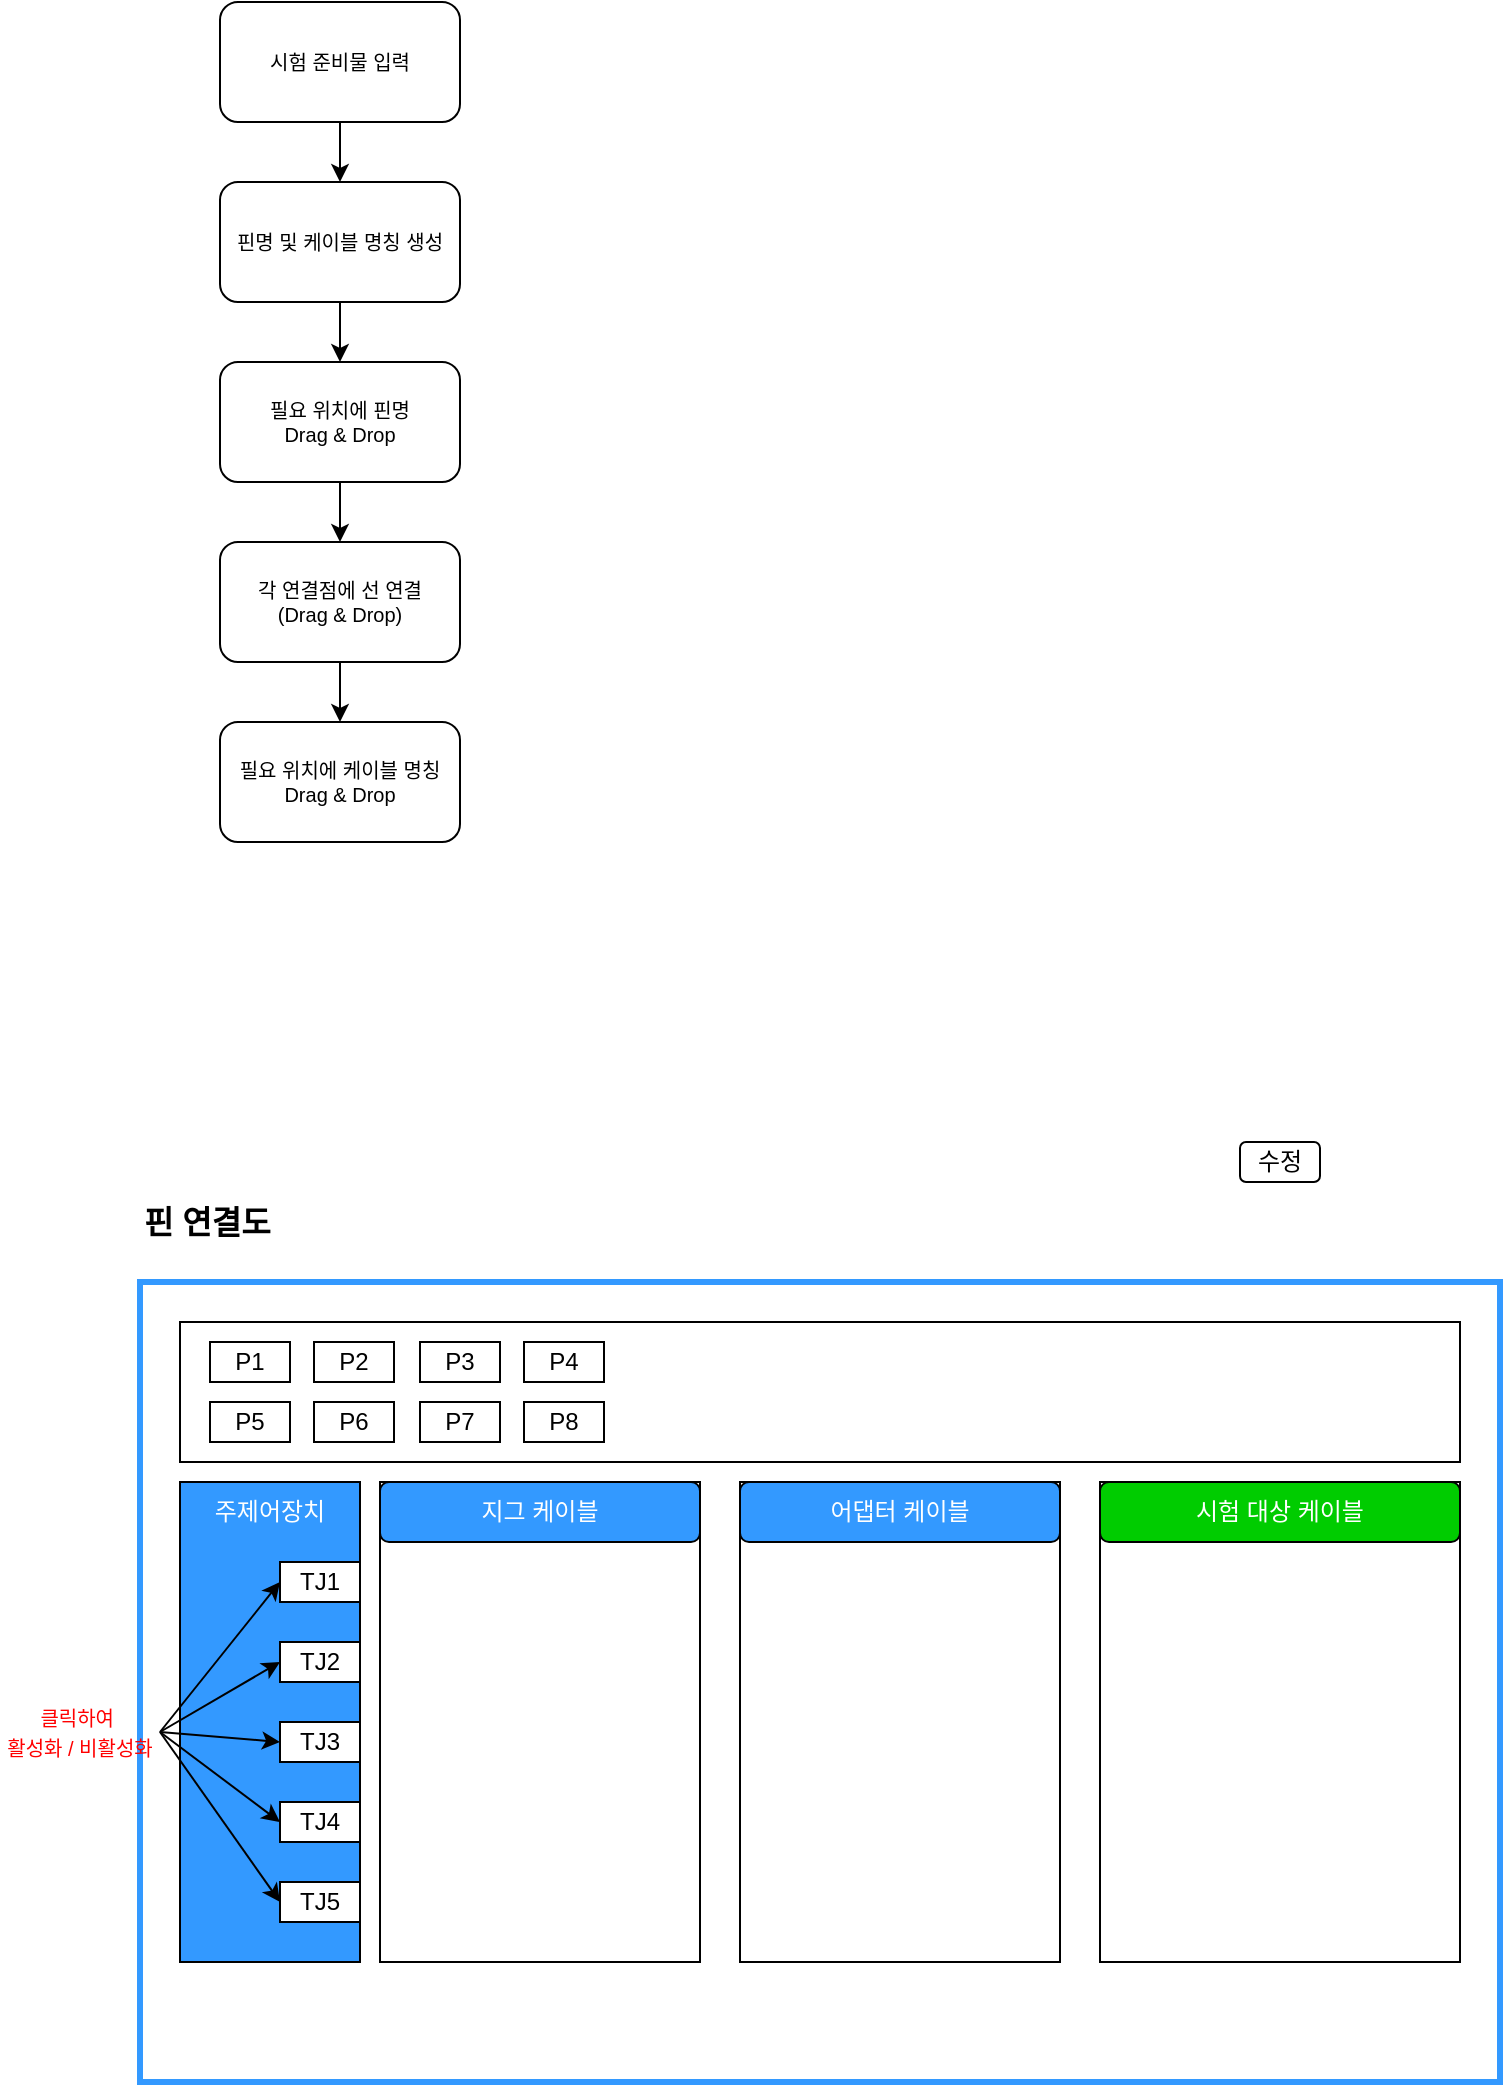
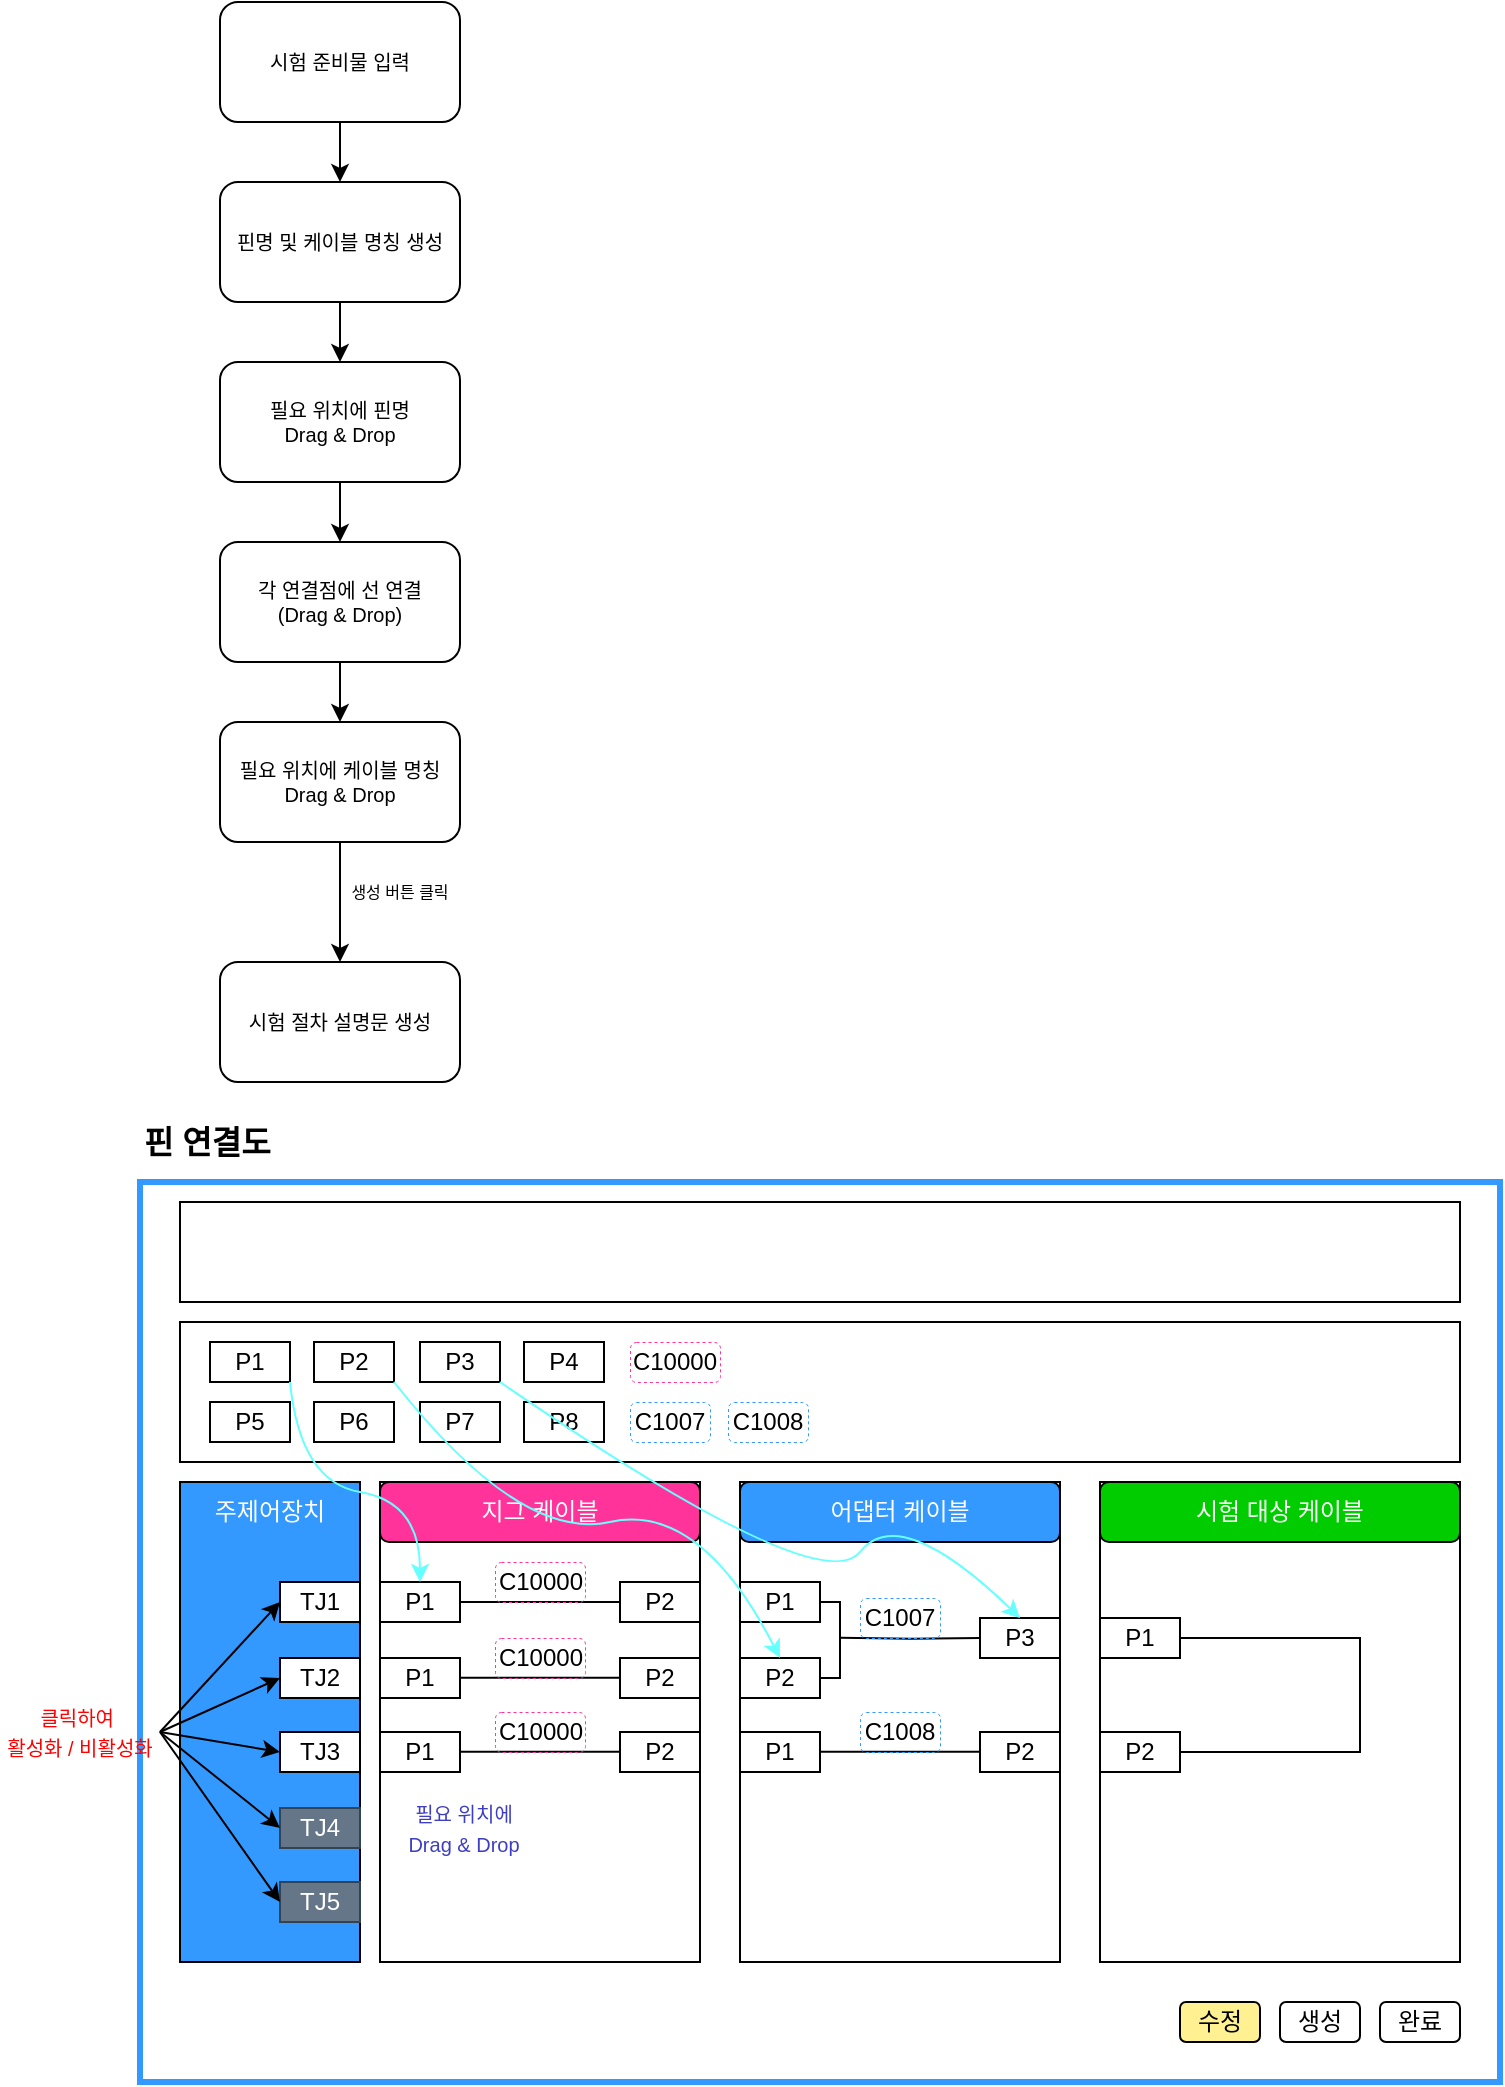
<mxfile host="app.diagrams.net">
  <diagram name="페이지-1" id="UxWbZ_BPkf-oguWBpRFv">
-     <mxGraphModel dx="1047" dy="550" grid="1" gridSize="10" guides="1" tooltips="1" connect="1" arrows="1" fold="1" page="1" pageScale="1" pageWidth="827" pageHeight="1169" math="0" shadow="0">
+     <mxGraphModel dx="1230" dy="646" grid="1" gridSize="10" guides="1" tooltips="1" connect="1" arrows="1" fold="1" page="1" pageScale="1" pageWidth="827" pageHeight="1169" math="0" shadow="0">
      <root>
        <mxCell id="0" />
        <mxCell id="1" parent="0" />
        <mxCell id="T5Jo-hEF-b0Sb9yn7Qss-1" parent="1" style="rounded=0;whiteSpace=wrap;html=1;strokeColor=#3399FF;strokeWidth=3;glass=0;shadow=0;" value="" vertex="1">
-           <mxGeometry height="400" width="680" x="80" y="680" as="geometry" />
+           <mxGeometry height="450" width="680" x="80" y="630" as="geometry" />
        </mxCell>
        <mxCell id="T5Jo-hEF-b0Sb9yn7Qss-2" parent="1" style="text;html=1;whiteSpace=wrap;strokeColor=none;fillColor=none;align=left;verticalAlign=middle;rounded=0;fontStyle=1;fontSize=16;" value="핀 연결도" vertex="1">
-           <mxGeometry height="20" width="80" x="80" y="640" as="geometry" />
-         </mxCell>
-         <mxCell id="T5Jo-hEF-b0Sb9yn7Qss-4" parent="1" style="rounded=1;whiteSpace=wrap;html=1;" value="수정" vertex="1">
-           <mxGeometry height="20" width="40" x="630" y="610" as="geometry" />
+           <mxGeometry height="20" width="80" x="80" y="600" as="geometry" />
+         </mxCell>
+         <mxCell id="T5Jo-hEF-b0Sb9yn7Qss-4" parent="1" style="rounded=1;whiteSpace=wrap;html=1;fillColor=#FFF091;" value="수정" vertex="1">
+           <mxGeometry height="20" width="40" x="600" y="1040" as="geometry" />
        </mxCell>
        <mxCell id="T5Jo-hEF-b0Sb9yn7Qss-5" parent="1" style="rounded=0;whiteSpace=wrap;html=1;fillColor=#3399FF;strokeColor=default;" value="" vertex="1">
          <mxGeometry height="240" width="90" x="100" y="780" as="geometry" />
        </mxCell>
        <mxCell id="T5Jo-hEF-b0Sb9yn7Qss-6" parent="1" style="rounded=0;whiteSpace=wrap;html=1;" value="TJ1" vertex="1">
-           <mxGeometry height="20" width="40" x="150" y="820" as="geometry" />
-         </mxCell>
-         <mxCell id="T5Jo-hEF-b0Sb9yn7Qss-7" parent="1" style="rounded=0;whiteSpace=wrap;html=1;" value="TJ4" vertex="1">
-           <mxGeometry height="20" width="40" x="150" y="940" as="geometry" />
+           <mxGeometry height="20" width="40" x="150" y="830" as="geometry" />
+         </mxCell>
+         <mxCell id="T5Jo-hEF-b0Sb9yn7Qss-7" parent="1" style="rounded=0;whiteSpace=wrap;html=1;fillColor=#647687;fontColor=#ffffff;strokeColor=#314354;" value="TJ4" vertex="1">
+           <mxGeometry height="20" width="40" x="150" y="943" as="geometry" />
        </mxCell>
        <mxCell id="T5Jo-hEF-b0Sb9yn7Qss-8" parent="1" style="rounded=0;whiteSpace=wrap;html=1;" value="TJ2" vertex="1">
-           <mxGeometry height="20" width="40" x="150" y="860" as="geometry" />
+           <mxGeometry height="20" width="40" x="150" y="868" as="geometry" />
        </mxCell>
        <mxCell id="T5Jo-hEF-b0Sb9yn7Qss-9" parent="1" style="rounded=0;whiteSpace=wrap;html=1;" value="TJ3" vertex="1">
-           <mxGeometry height="20" width="40" x="150" y="900" as="geometry" />
-         </mxCell>
-         <mxCell id="T5Jo-hEF-b0Sb9yn7Qss-11" parent="1" style="rounded=0;whiteSpace=wrap;html=1;" value="TJ5" vertex="1">
+           <mxGeometry height="20" width="40" x="150" y="905" as="geometry" />
+         </mxCell>
+         <mxCell id="T5Jo-hEF-b0Sb9yn7Qss-11" parent="1" style="rounded=0;whiteSpace=wrap;html=1;fillColor=#647687;fontColor=#ffffff;strokeColor=#314354;" value="TJ5" vertex="1">
          <mxGeometry height="20" width="40" x="150" y="980" as="geometry" />
        </mxCell>
        <mxCell id="T5Jo-hEF-b0Sb9yn7Qss-12" parent="1" style="text;html=1;whiteSpace=wrap;strokeColor=none;fillColor=none;align=center;verticalAlign=middle;rounded=0;fontColor=#FF0000;" value="&lt;font style=&quot;font-size: 10px;&quot;&gt;클릭하여&amp;nbsp;&lt;/font&gt;&lt;div&gt;&lt;font style=&quot;font-size: 10px;&quot;&gt;활성화 / 비활성화&lt;/font&gt;&lt;/div&gt;" vertex="1">
          <mxGeometry height="30" width="80" x="10" y="890" as="geometry" />
        </mxCell>
        <mxCell id="T5Jo-hEF-b0Sb9yn7Qss-14" edge="1" parent="1" source="T5Jo-hEF-b0Sb9yn7Qss-12" style="endArrow=classic;html=1;rounded=0;entryX=0;entryY=0.5;entryDx=0;entryDy=0;exitX=1;exitY=0.5;exitDx=0;exitDy=0;" target="T5Jo-hEF-b0Sb9yn7Qss-6" value="">
          <mxGeometry height="50" relative="1" width="50" as="geometry">
            <mxPoint x="350" y="970" as="sourcePoint" />
            <mxPoint x="400" y="920" as="targetPoint" />
          </mxGeometry>
        </mxCell>
        <mxCell id="T5Jo-hEF-b0Sb9yn7Qss-15" edge="1" parent="1" source="T5Jo-hEF-b0Sb9yn7Qss-12" style="endArrow=classic;html=1;rounded=0;entryX=0;entryY=0.5;entryDx=0;entryDy=0;exitX=1;exitY=0.5;exitDx=0;exitDy=0;" target="T5Jo-hEF-b0Sb9yn7Qss-8" value="">
          <mxGeometry height="50" relative="1" width="50" as="geometry">
            <mxPoint x="260" y="900" as="sourcePoint" />
            <mxPoint x="320" y="905" as="targetPoint" />
          </mxGeometry>
        </mxCell>
        <mxCell id="T5Jo-hEF-b0Sb9yn7Qss-16" edge="1" parent="1" source="T5Jo-hEF-b0Sb9yn7Qss-12" style="endArrow=classic;html=1;rounded=0;entryX=0;entryY=0.5;entryDx=0;entryDy=0;exitX=1;exitY=0.5;exitDx=0;exitDy=0;" target="T5Jo-hEF-b0Sb9yn7Qss-9" value="">
          <mxGeometry height="50" relative="1" width="50" as="geometry">
            <mxPoint x="330" y="850" as="sourcePoint" />
            <mxPoint x="390" y="855" as="targetPoint" />
          </mxGeometry>
        </mxCell>
        <mxCell id="T5Jo-hEF-b0Sb9yn7Qss-17" edge="1" parent="1" source="T5Jo-hEF-b0Sb9yn7Qss-12" style="endArrow=classic;html=1;rounded=0;entryX=0;entryY=0.5;entryDx=0;entryDy=0;exitX=1;exitY=0.5;exitDx=0;exitDy=0;" target="T5Jo-hEF-b0Sb9yn7Qss-7" value="">
          <mxGeometry height="50" relative="1" width="50" as="geometry">
            <mxPoint x="430" y="860" as="sourcePoint" />
            <mxPoint x="490" y="865" as="targetPoint" />
          </mxGeometry>
        </mxCell>
        <mxCell id="T5Jo-hEF-b0Sb9yn7Qss-18" edge="1" parent="1" source="T5Jo-hEF-b0Sb9yn7Qss-12" style="endArrow=classic;html=1;rounded=0;entryX=0;entryY=0.5;entryDx=0;entryDy=0;exitX=1;exitY=0.5;exitDx=0;exitDy=0;" target="T5Jo-hEF-b0Sb9yn7Qss-11" value="">
          <mxGeometry height="50" relative="1" width="50" as="geometry">
            <mxPoint x="390" y="840" as="sourcePoint" />
            <mxPoint x="450" y="845" as="targetPoint" />
          </mxGeometry>
        </mxCell>
        <mxCell id="T5Jo-hEF-b0Sb9yn7Qss-19" parent="1" style="text;html=1;whiteSpace=wrap;strokeColor=none;fillColor=none;align=center;verticalAlign=middle;rounded=0;" value="&lt;font style=&quot;color: rgb(255, 255, 255);&quot;&gt;주제어장치&lt;/font&gt;" vertex="1">
          <mxGeometry height="30" width="60" x="115" y="780" as="geometry" />
        </mxCell>
        <mxCell id="T5Jo-hEF-b0Sb9yn7Qss-23" edge="1" parent="1" source="T5Jo-hEF-b0Sb9yn7Qss-21" style="edgeStyle=orthogonalEdgeStyle;rounded=0;orthogonalLoop=1;jettySize=auto;html=1;" target="T5Jo-hEF-b0Sb9yn7Qss-22" value="">
          <mxGeometry relative="1" as="geometry" />
        </mxCell>
        <mxCell id="T5Jo-hEF-b0Sb9yn7Qss-21" parent="1" style="rounded=1;whiteSpace=wrap;html=1;fontSize=10;" value="시험 준비물 입력" vertex="1">
          <mxGeometry height="60" width="120" x="120" y="40" as="geometry" />
        </mxCell>
        <mxCell id="T5Jo-hEF-b0Sb9yn7Qss-26" edge="1" parent="1" source="T5Jo-hEF-b0Sb9yn7Qss-22" style="edgeStyle=orthogonalEdgeStyle;rounded=0;orthogonalLoop=1;jettySize=auto;html=1;" target="T5Jo-hEF-b0Sb9yn7Qss-25" value="">
          <mxGeometry relative="1" as="geometry" />
        </mxCell>
        <mxCell id="T5Jo-hEF-b0Sb9yn7Qss-22" parent="1" style="whiteSpace=wrap;html=1;rounded=1;fontSize=10;" value="핀명 및 케이블 명칭 생성" vertex="1">
          <mxGeometry height="60" width="120" x="120" y="130" as="geometry" />
        </mxCell>
        <mxCell id="T5Jo-hEF-b0Sb9yn7Qss-37" edge="1" parent="1" source="T5Jo-hEF-b0Sb9yn7Qss-25" style="edgeStyle=orthogonalEdgeStyle;rounded=0;orthogonalLoop=1;jettySize=auto;html=1;" target="T5Jo-hEF-b0Sb9yn7Qss-36" value="">
          <mxGeometry relative="1" as="geometry" />
        </mxCell>
        <mxCell id="T5Jo-hEF-b0Sb9yn7Qss-25" parent="1" style="whiteSpace=wrap;html=1;rounded=1;fontSize=10;" value="필요 위치에 핀명&lt;div&gt;Drag &amp;amp; Drop&lt;/div&gt;" vertex="1">
          <mxGeometry height="60" width="120" x="120" y="220" as="geometry" />
        </mxCell>
        <mxCell id="T5Jo-hEF-b0Sb9yn7Qss-27" parent="1" style="rounded=0;whiteSpace=wrap;html=1;" value="" vertex="1">
          <mxGeometry height="70" width="640" x="100" y="700" as="geometry" />
        </mxCell>
        <mxCell id="T5Jo-hEF-b0Sb9yn7Qss-28" parent="1" style="rounded=0;whiteSpace=wrap;html=1;" value="P1" vertex="1">
          <mxGeometry height="20" width="40" x="115" y="710" as="geometry" />
        </mxCell>
        <mxCell id="T5Jo-hEF-b0Sb9yn7Qss-29" parent="1" style="rounded=0;whiteSpace=wrap;html=1;" value="P2" vertex="1">
          <mxGeometry height="20" width="40" x="167" y="710" as="geometry" />
        </mxCell>
        <mxCell id="T5Jo-hEF-b0Sb9yn7Qss-30" parent="1" style="rounded=0;whiteSpace=wrap;html=1;" value="P4" vertex="1">
          <mxGeometry height="20" width="40" x="272" y="710" as="geometry" />
        </mxCell>
        <mxCell id="T5Jo-hEF-b0Sb9yn7Qss-31" parent="1" style="rounded=0;whiteSpace=wrap;html=1;" value="P3" vertex="1">
          <mxGeometry height="20" width="40" x="220" y="710" as="geometry" />
        </mxCell>
        <mxCell id="T5Jo-hEF-b0Sb9yn7Qss-32" parent="1" style="rounded=0;whiteSpace=wrap;html=1;" value="P5" vertex="1">
          <mxGeometry height="20" width="40" x="115" y="740" as="geometry" />
        </mxCell>
        <mxCell id="T5Jo-hEF-b0Sb9yn7Qss-33" parent="1" style="rounded=0;whiteSpace=wrap;html=1;" value="P6" vertex="1">
          <mxGeometry height="20" width="40" x="167" y="740" as="geometry" />
        </mxCell>
        <mxCell id="T5Jo-hEF-b0Sb9yn7Qss-34" parent="1" style="rounded=0;whiteSpace=wrap;html=1;" value="P7" vertex="1">
          <mxGeometry height="20" width="40" x="220" y="740" as="geometry" />
        </mxCell>
        <mxCell id="T5Jo-hEF-b0Sb9yn7Qss-35" parent="1" style="rounded=0;whiteSpace=wrap;html=1;" value="P8" vertex="1">
          <mxGeometry height="20" width="40" x="272" y="740" as="geometry" />
        </mxCell>
        <mxCell id="T5Jo-hEF-b0Sb9yn7Qss-39" edge="1" parent="1" source="T5Jo-hEF-b0Sb9yn7Qss-36" style="edgeStyle=orthogonalEdgeStyle;rounded=0;orthogonalLoop=1;jettySize=auto;html=1;" target="T5Jo-hEF-b0Sb9yn7Qss-38" value="">
          <mxGeometry relative="1" as="geometry" />
        </mxCell>
        <mxCell id="T5Jo-hEF-b0Sb9yn7Qss-36" parent="1" style="whiteSpace=wrap;html=1;fontSize=10;rounded=1;" value="각 연결점에 선 연결&lt;div&gt;(Drag &amp;amp; Drop)&lt;/div&gt;" vertex="1">
          <mxGeometry height="60" width="120" x="120" y="310" as="geometry" />
        </mxCell>
+         <mxCell id="T5Jo-hEF-b0Sb9yn7Qss-79" edge="1" parent="1" source="T5Jo-hEF-b0Sb9yn7Qss-38" style="edgeStyle=orthogonalEdgeStyle;rounded=0;orthogonalLoop=1;jettySize=auto;html=1;" target="T5Jo-hEF-b0Sb9yn7Qss-78" value="">
+           <mxGeometry relative="1" as="geometry" />
+         </mxCell>
        <mxCell id="T5Jo-hEF-b0Sb9yn7Qss-38" parent="1" style="whiteSpace=wrap;html=1;fontSize=10;rounded=1;" value="필요 위치에 케이블 명칭&lt;div&gt;Drag &amp;amp; Drop&lt;/div&gt;" vertex="1">
          <mxGeometry height="60" width="120" x="120" y="400" as="geometry" />
        </mxCell>
        <mxCell id="T5Jo-hEF-b0Sb9yn7Qss-41" parent="1" style="rounded=0;whiteSpace=wrap;html=1;" value="" vertex="1">
          <mxGeometry height="240" width="160" x="200" y="780" as="geometry" />
        </mxCell>
        <mxCell id="T5Jo-hEF-b0Sb9yn7Qss-43" parent="1" style="rounded=0;whiteSpace=wrap;html=1;" value="" vertex="1">
          <mxGeometry height="240" width="180" x="560" y="780" as="geometry" />
        </mxCell>
        <mxCell id="T5Jo-hEF-b0Sb9yn7Qss-46" parent="1" style="rounded=0;whiteSpace=wrap;html=1;" value="" vertex="1">
          <mxGeometry height="240" width="160" x="380" y="780" as="geometry" />
        </mxCell>
-         <mxCell id="T5Jo-hEF-b0Sb9yn7Qss-48" parent="1" style="rounded=1;whiteSpace=wrap;html=1;fillColor=light-dark(#3399ff, #ededed);fontColor=#FFFFFF;" value="지그 케이블" vertex="1">
+         <mxCell id="T5Jo-hEF-b0Sb9yn7Qss-48" parent="1" style="rounded=1;whiteSpace=wrap;html=1;fillColor=light-dark(#FF3399,#EDEDED);fontColor=#FFFFFF;" value="지그 케이블" vertex="1">
          <mxGeometry height="30" width="160" x="200" y="780" as="geometry" />
        </mxCell>
        <mxCell id="T5Jo-hEF-b0Sb9yn7Qss-49" parent="1" style="rounded=1;whiteSpace=wrap;html=1;fillColor=light-dark(#00CC00,#EDEDED);fontColor=#FFFFFF;" value="시험 대상 케이블" vertex="1">
          <mxGeometry height="30" width="180" x="560" y="780" as="geometry" />
        </mxCell>
        <mxCell id="T5Jo-hEF-b0Sb9yn7Qss-50" parent="1" style="rounded=1;whiteSpace=wrap;html=1;fillColor=light-dark(#3399ff, #ededed);fontColor=#FFFFFF;" value="어댑터 케이블" vertex="1">
          <mxGeometry height="30" width="160" x="380" y="780" as="geometry" />
+         </mxCell>
+         <mxCell id="T5Jo-hEF-b0Sb9yn7Qss-75" parent="1" style="text;html=1;whiteSpace=wrap;strokeColor=light-dark(#3399ff, #ededed);fillColor=none;align=center;verticalAlign=middle;rounded=1;dashed=1;strokeWidth=0.5;" value="C1007" vertex="1">
+           <mxGeometry height="20" width="40" x="325" y="740" as="geometry" />
+         </mxCell>
+         <mxCell id="T5Jo-hEF-b0Sb9yn7Qss-76" parent="1" style="text;html=1;whiteSpace=wrap;strokeColor=light-dark(#3399ff, #ededed);fillColor=none;align=center;verticalAlign=middle;rounded=1;dashed=1;strokeWidth=0.5;" value="C1008" vertex="1">
+           <mxGeometry height="20" width="40" x="374" y="740" as="geometry" />
+         </mxCell>
+         <mxCell id="T5Jo-hEF-b0Sb9yn7Qss-77" parent="1" style="text;html=1;whiteSpace=wrap;strokeColor=light-dark(#FF3399,#EDEDED);fillColor=none;align=center;verticalAlign=middle;rounded=1;dashed=1;strokeWidth=0.5;" value="C10000" vertex="1">
+           <mxGeometry height="20" width="45" x="325" y="710" as="geometry" />
+         </mxCell>
+         <mxCell id="T5Jo-hEF-b0Sb9yn7Qss-78" parent="1" style="whiteSpace=wrap;html=1;fontSize=10;rounded=1;" value="시험 절차 설명문 생성" vertex="1">
+           <mxGeometry height="60" width="120" x="120" y="520" as="geometry" />
+         </mxCell>
+         <mxCell id="T5Jo-hEF-b0Sb9yn7Qss-94" edge="1" parent="1" source="T5Jo-hEF-b0Sb9yn7Qss-80" style="edgeStyle=orthogonalEdgeStyle;rounded=0;orthogonalLoop=1;jettySize=auto;html=1;exitX=1;exitY=0.5;exitDx=0;exitDy=0;entryX=0;entryY=0.5;entryDx=0;entryDy=0;endArrow=none;endFill=0;" target="T5Jo-hEF-b0Sb9yn7Qss-86">
+           <mxGeometry relative="1" as="geometry" />
+         </mxCell>
+         <mxCell id="T5Jo-hEF-b0Sb9yn7Qss-80" parent="1" style="rounded=0;whiteSpace=wrap;html=1;" value="P1" vertex="1">
+           <mxGeometry height="20" width="40" x="200" y="830" as="geometry" />
+         </mxCell>
+         <mxCell id="T5Jo-hEF-b0Sb9yn7Qss-83" parent="1" style="rounded=0;whiteSpace=wrap;html=1;" value="P1" vertex="1">
+           <mxGeometry height="20" width="40" x="200" y="905" as="geometry" />
+         </mxCell>
+         <mxCell id="T5Jo-hEF-b0Sb9yn7Qss-85" parent="1" style="rounded=0;whiteSpace=wrap;html=1;" value="P1" vertex="1">
+           <mxGeometry height="20" width="40" x="200" y="868" as="geometry" />
+         </mxCell>
+         <mxCell id="T5Jo-hEF-b0Sb9yn7Qss-86" parent="1" style="rounded=0;whiteSpace=wrap;html=1;" value="P2" vertex="1">
+           <mxGeometry height="20" width="40" x="320" y="830" as="geometry" />
+         </mxCell>
+         <mxCell id="T5Jo-hEF-b0Sb9yn7Qss-87" parent="1" style="rounded=0;whiteSpace=wrap;html=1;" value="P2" vertex="1">
+           <mxGeometry height="20" width="40" x="320" y="905" as="geometry" />
+         </mxCell>
+         <mxCell id="T5Jo-hEF-b0Sb9yn7Qss-88" parent="1" style="rounded=0;whiteSpace=wrap;html=1;" value="P2" vertex="1">
+           <mxGeometry height="20" width="40" x="320" y="868" as="geometry" />
+         </mxCell>
+         <mxCell id="T5Jo-hEF-b0Sb9yn7Qss-89" edge="1" parent="1" source="T5Jo-hEF-b0Sb9yn7Qss-28" style="curved=1;endArrow=classic;html=1;rounded=0;exitX=1;exitY=1;exitDx=0;exitDy=0;entryX=0.5;entryY=0;entryDx=0;entryDy=0;fillColor=#fff2cc;strokeColor=#66FFFF;" target="T5Jo-hEF-b0Sb9yn7Qss-80" value="">
+           <mxGeometry height="50" relative="1" width="50" as="geometry">
+             <Array as="points">
+               <mxPoint x="160" y="780" />
+               <mxPoint x="220" y="790" />
+             </Array>
+             <mxPoint x="240" y="880" as="sourcePoint" />
+             <mxPoint x="290" y="830" as="targetPoint" />
+           </mxGeometry>
+         </mxCell>
+         <mxCell id="T5Jo-hEF-b0Sb9yn7Qss-90" parent="1" style="text;html=1;whiteSpace=wrap;strokeColor=none;fillColor=none;align=center;verticalAlign=middle;rounded=0;fontColor=#3E3EC4;" value="&lt;span style=&quot;font-size: 10px;&quot;&gt;필요 위치에 Drag &amp;amp; Drop&lt;/span&gt;" vertex="1">
+           <mxGeometry height="30" width="60" x="212" y="938" as="geometry" />
+         </mxCell>
+         <mxCell id="T5Jo-hEF-b0Sb9yn7Qss-92" parent="1" style="rounded=1;whiteSpace=wrap;html=1;" value="생성" vertex="1">
+           <mxGeometry height="20" width="40" x="650" y="1040" as="geometry" />
+         </mxCell>
+         <mxCell id="T5Jo-hEF-b0Sb9yn7Qss-93" parent="1" style="rounded=1;whiteSpace=wrap;html=1;" value="완료" vertex="1">
+           <mxGeometry height="20" width="40" x="700" y="1040" as="geometry" />
+         </mxCell>
+         <mxCell id="T5Jo-hEF-b0Sb9yn7Qss-95" edge="1" parent="1" style="edgeStyle=orthogonalEdgeStyle;rounded=0;orthogonalLoop=1;jettySize=auto;html=1;exitX=1;exitY=0.5;exitDx=0;exitDy=0;entryX=0;entryY=0.5;entryDx=0;entryDy=0;endArrow=none;endFill=0;">
+           <mxGeometry relative="1" as="geometry">
+             <mxPoint x="240" y="877.84" as="sourcePoint" />
+             <mxPoint x="320" y="877.84" as="targetPoint" />
+           </mxGeometry>
+         </mxCell>
+         <mxCell id="T5Jo-hEF-b0Sb9yn7Qss-96" edge="1" parent="1" style="edgeStyle=orthogonalEdgeStyle;rounded=0;orthogonalLoop=1;jettySize=auto;html=1;exitX=1;exitY=0.5;exitDx=0;exitDy=0;entryX=0;entryY=0.5;entryDx=0;entryDy=0;endArrow=none;endFill=0;">
+           <mxGeometry relative="1" as="geometry">
+             <mxPoint x="240" y="914.84" as="sourcePoint" />
+             <mxPoint x="320" y="914.84" as="targetPoint" />
+           </mxGeometry>
+         </mxCell>
+         <mxCell id="T5Jo-hEF-b0Sb9yn7Qss-101" edge="1" parent="1" source="T5Jo-hEF-b0Sb9yn7Qss-97" style="edgeStyle=orthogonalEdgeStyle;rounded=0;orthogonalLoop=1;jettySize=auto;html=1;exitX=1;exitY=0.5;exitDx=0;exitDy=0;entryX=1;entryY=0.5;entryDx=0;entryDy=0;endArrow=none;endFill=0;" target="T5Jo-hEF-b0Sb9yn7Qss-98">
+           <mxGeometry relative="1" as="geometry">
+             <Array as="points">
+               <mxPoint x="430" y="840" />
+               <mxPoint x="430" y="878" />
+             </Array>
+           </mxGeometry>
+         </mxCell>
+         <mxCell id="T5Jo-hEF-b0Sb9yn7Qss-97" parent="1" style="rounded=0;whiteSpace=wrap;html=1;" value="P1" vertex="1">
+           <mxGeometry height="20" width="40" x="380" y="830" as="geometry" />
+         </mxCell>
+         <mxCell id="T5Jo-hEF-b0Sb9yn7Qss-98" parent="1" style="rounded=0;whiteSpace=wrap;html=1;" value="P2" vertex="1">
+           <mxGeometry height="20" width="40" x="380" y="868" as="geometry" />
+         </mxCell>
+         <mxCell id="T5Jo-hEF-b0Sb9yn7Qss-100" parent="1" style="rounded=0;whiteSpace=wrap;html=1;" value="P1" vertex="1">
+           <mxGeometry height="20" width="40" x="380" y="905" as="geometry" />
+         </mxCell>
+         <mxCell id="T5Jo-hEF-b0Sb9yn7Qss-102" parent="1" style="rounded=0;whiteSpace=wrap;html=1;" value="P3" vertex="1">
+           <mxGeometry height="20" width="40" x="500" y="848" as="geometry" />
+         </mxCell>
+         <mxCell id="T5Jo-hEF-b0Sb9yn7Qss-103" parent="1" style="rounded=0;whiteSpace=wrap;html=1;" value="P2" vertex="1">
+           <mxGeometry height="20" width="40" x="500" y="905" as="geometry" />
+         </mxCell>
+         <mxCell id="T5Jo-hEF-b0Sb9yn7Qss-104" edge="1" parent="1" style="edgeStyle=orthogonalEdgeStyle;rounded=0;orthogonalLoop=1;jettySize=auto;html=1;exitX=1;exitY=0.5;exitDx=0;exitDy=0;entryX=0;entryY=0.5;entryDx=0;entryDy=0;endArrow=none;endFill=0;">
+           <mxGeometry relative="1" as="geometry">
+             <mxPoint x="420" y="914.88" as="sourcePoint" />
+             <mxPoint x="500" y="914.88" as="targetPoint" />
+           </mxGeometry>
+         </mxCell>
+         <mxCell id="T5Jo-hEF-b0Sb9yn7Qss-105" edge="1" parent="1" style="edgeStyle=orthogonalEdgeStyle;rounded=0;orthogonalLoop=1;jettySize=auto;html=1;exitX=1;exitY=0.5;exitDx=0;exitDy=0;entryX=0;entryY=0.5;entryDx=0;entryDy=0;endArrow=none;endFill=0;" target="T5Jo-hEF-b0Sb9yn7Qss-102">
+           <mxGeometry relative="1" as="geometry">
+             <mxPoint x="430" y="857.88" as="sourcePoint" />
+             <mxPoint x="510" y="857.88" as="targetPoint" />
+           </mxGeometry>
+         </mxCell>
+         <mxCell id="T5Jo-hEF-b0Sb9yn7Qss-106" parent="1" style="rounded=0;whiteSpace=wrap;html=1;" value="P1" vertex="1">
+           <mxGeometry height="20" width="40" x="560" y="848" as="geometry" />
+         </mxCell>
+         <mxCell id="T5Jo-hEF-b0Sb9yn7Qss-107" parent="1" style="rounded=0;whiteSpace=wrap;html=1;" value="P2" vertex="1">
+           <mxGeometry height="20" width="40" x="560" y="905" as="geometry" />
+         </mxCell>
+         <mxCell id="T5Jo-hEF-b0Sb9yn7Qss-108" edge="1" parent="1" source="T5Jo-hEF-b0Sb9yn7Qss-106" style="edgeStyle=orthogonalEdgeStyle;rounded=0;orthogonalLoop=1;jettySize=auto;html=1;exitX=1;exitY=0.5;exitDx=0;exitDy=0;entryX=1;entryY=0.5;entryDx=0;entryDy=0;endArrow=none;endFill=0;" target="T5Jo-hEF-b0Sb9yn7Qss-107">
+           <mxGeometry relative="1" as="geometry">
+             <Array as="points">
+               <mxPoint x="690" y="858" />
+               <mxPoint x="690" y="915" />
+             </Array>
+             <mxPoint x="614.99" y="851.99" as="sourcePoint" />
+             <mxPoint x="614.99" y="889.99" as="targetPoint" />
+           </mxGeometry>
+         </mxCell>
+         <mxCell id="T5Jo-hEF-b0Sb9yn7Qss-109" edge="1" parent="1" source="T5Jo-hEF-b0Sb9yn7Qss-29" style="curved=1;endArrow=classic;html=1;rounded=0;exitX=1;exitY=1;exitDx=0;exitDy=0;entryX=0.5;entryY=0;entryDx=0;entryDy=0;fillColor=#fff2cc;strokeColor=#66FFFF;" target="T5Jo-hEF-b0Sb9yn7Qss-98" value="">
+           <mxGeometry height="50" relative="1" width="50" as="geometry">
+             <Array as="points">
+               <mxPoint x="270" y="810" />
+               <mxPoint x="360" y="790" />
+             </Array>
+             <mxPoint x="290" y="790" as="sourcePoint" />
+             <mxPoint x="355" y="890" as="targetPoint" />
+           </mxGeometry>
+         </mxCell>
+         <mxCell id="T5Jo-hEF-b0Sb9yn7Qss-110" edge="1" parent="1" source="T5Jo-hEF-b0Sb9yn7Qss-31" style="curved=1;endArrow=classic;html=1;rounded=0;exitX=1;exitY=1;exitDx=0;exitDy=0;entryX=0.5;entryY=0;entryDx=0;entryDy=0;fillColor=#fff2cc;strokeColor=#66FFFF;" target="T5Jo-hEF-b0Sb9yn7Qss-102" value="">
+           <mxGeometry height="50" relative="1" width="50" as="geometry">
+             <Array as="points">
+               <mxPoint x="420" y="840" />
+               <mxPoint x="460" y="790" />
+             </Array>
+             <mxPoint x="450" y="820" as="sourcePoint" />
+             <mxPoint x="643" y="958" as="targetPoint" />
+           </mxGeometry>
+         </mxCell>
+         <mxCell id="T5Jo-hEF-b0Sb9yn7Qss-111" parent="1" style="text;html=1;whiteSpace=wrap;strokeColor=light-dark(#FF3399,#EDEDED);fillColor=none;align=center;verticalAlign=middle;rounded=1;dashed=1;strokeWidth=0.5;" value="C10000" vertex="1">
+           <mxGeometry height="20" width="45" x="257.5" y="820" as="geometry" />
+         </mxCell>
+         <mxCell id="T5Jo-hEF-b0Sb9yn7Qss-112" parent="1" style="text;html=1;whiteSpace=wrap;strokeColor=light-dark(#FF3399,#EDEDED);fillColor=none;align=center;verticalAlign=middle;rounded=1;dashed=1;strokeWidth=0.5;" value="C10000" vertex="1">
+           <mxGeometry height="20" width="45" x="257.5" y="858" as="geometry" />
+         </mxCell>
+         <mxCell id="T5Jo-hEF-b0Sb9yn7Qss-113" parent="1" style="text;html=1;whiteSpace=wrap;strokeColor=light-dark(#FF3399,#EDEDED);fillColor=none;align=center;verticalAlign=middle;rounded=1;dashed=1;strokeWidth=0.5;" value="C10000" vertex="1">
+           <mxGeometry height="20" width="45" x="257.5" y="895" as="geometry" />
+         </mxCell>
+         <mxCell id="T5Jo-hEF-b0Sb9yn7Qss-114" parent="1" style="text;html=1;whiteSpace=wrap;strokeColor=light-dark(#3399ff, #ededed);fillColor=none;align=center;verticalAlign=middle;rounded=1;dashed=1;strokeWidth=0.5;" value="C1007" vertex="1">
+           <mxGeometry height="20" width="40" x="440" y="838" as="geometry" />
+         </mxCell>
+         <mxCell id="T5Jo-hEF-b0Sb9yn7Qss-115" parent="1" style="text;html=1;whiteSpace=wrap;strokeColor=light-dark(#3399ff, #ededed);fillColor=none;align=center;verticalAlign=middle;rounded=1;dashed=1;strokeWidth=0.5;" value="C1008" vertex="1">
+           <mxGeometry height="20" width="40" x="440" y="895" as="geometry" />
+         </mxCell>
+         <mxCell id="T5Jo-hEF-b0Sb9yn7Qss-116" parent="1" style="text;html=1;whiteSpace=wrap;strokeColor=none;fillColor=none;align=center;verticalAlign=middle;rounded=0;fontSize=8;" value="생성 버튼 클릭" vertex="1">
+           <mxGeometry height="30" width="60" x="180" y="470" as="geometry" />
+         </mxCell>
+         <mxCell id="T5Jo-hEF-b0Sb9yn7Qss-117" parent="1" style="rounded=0;whiteSpace=wrap;html=1;" value="" vertex="1">
+           <mxGeometry height="50" width="640" x="100" y="640" as="geometry" />
        </mxCell>
      </root>
    </mxGraphModel>
  </diagram>
</mxfile>
